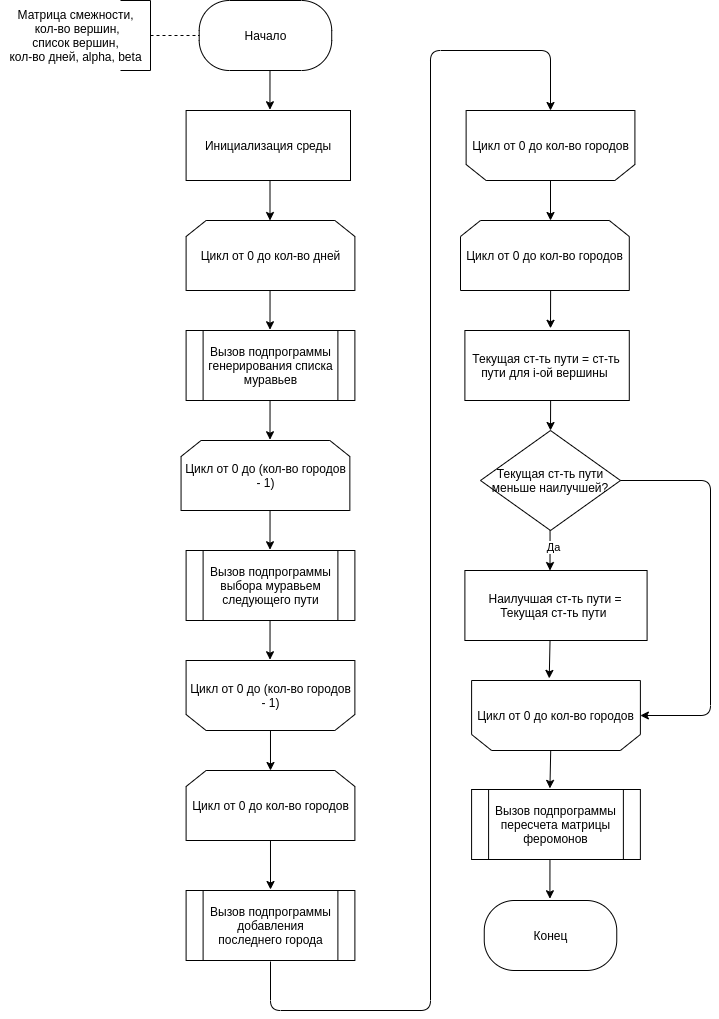
Sunshine-ki/BMSTU5_AA keeps this draw.io diagram as lab_06/report/src/d2.png. Above is the earlier version. Source tidied: cells renumbered, new cells last; positions are measured from the earlier drawing's top-left corner, leaving out a move shared by most shapes.
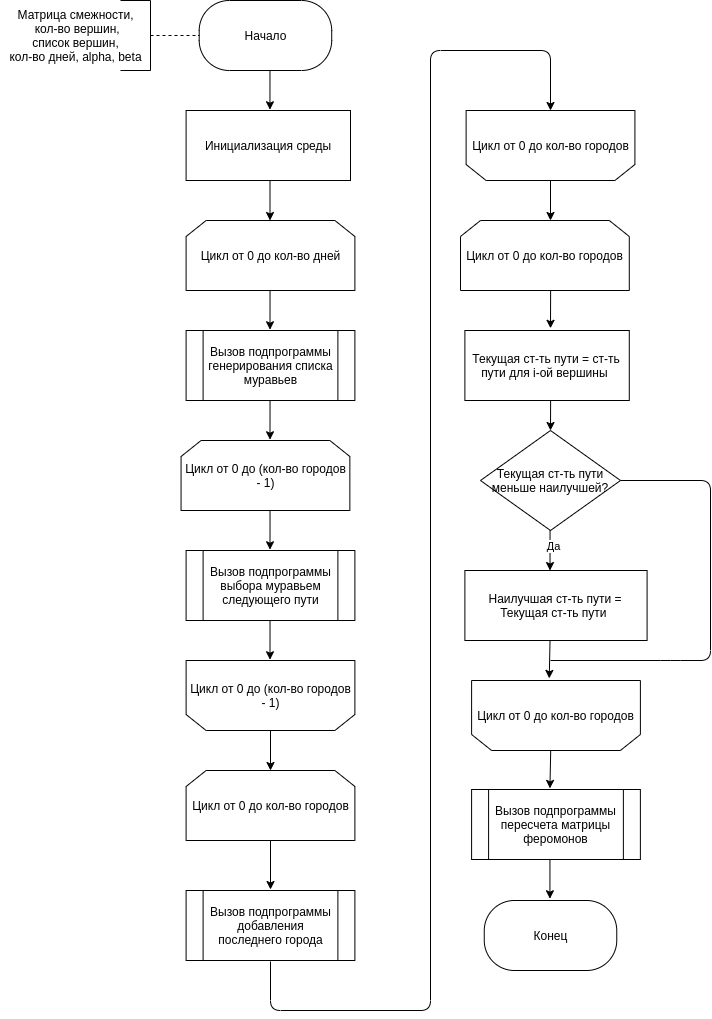
Above is the later version.

Change to the diagram source:
```diff
@@ -139,11 +139,13 @@
         <mxPoint x="549.5" y="640" as="sourcePoint" />
       </mxGeometry>
     </mxCell>
-    <mxCell id="34" style="endArrow=classic;html=1;exitX=1;exitY=0.5;exitDx=0;exitDy=0;entryX=0;entryY=0.5;entryDx=0;entryDy=0;" parent="1" edge="1" source="28" target="32">
+    <mxCell id="34" style="endArrow=none;html=1;exitX=1;exitY=0.5;exitDx=0;exitDy=0;endFill=0;" parent="1" edge="1" source="28">
       <mxGeometry relative="1" as="geometry">
+        <mxPoint x="550" y="660" as="targetPoint" />
         <Array as="points">
           <mxPoint x="710" y="480" />
-          <mxPoint x="710" y="715" />
+          <mxPoint x="710" y="660" />
+          <mxPoint x="670" y="660" />
         </Array>
       </mxGeometry>
     </mxCell>
```
